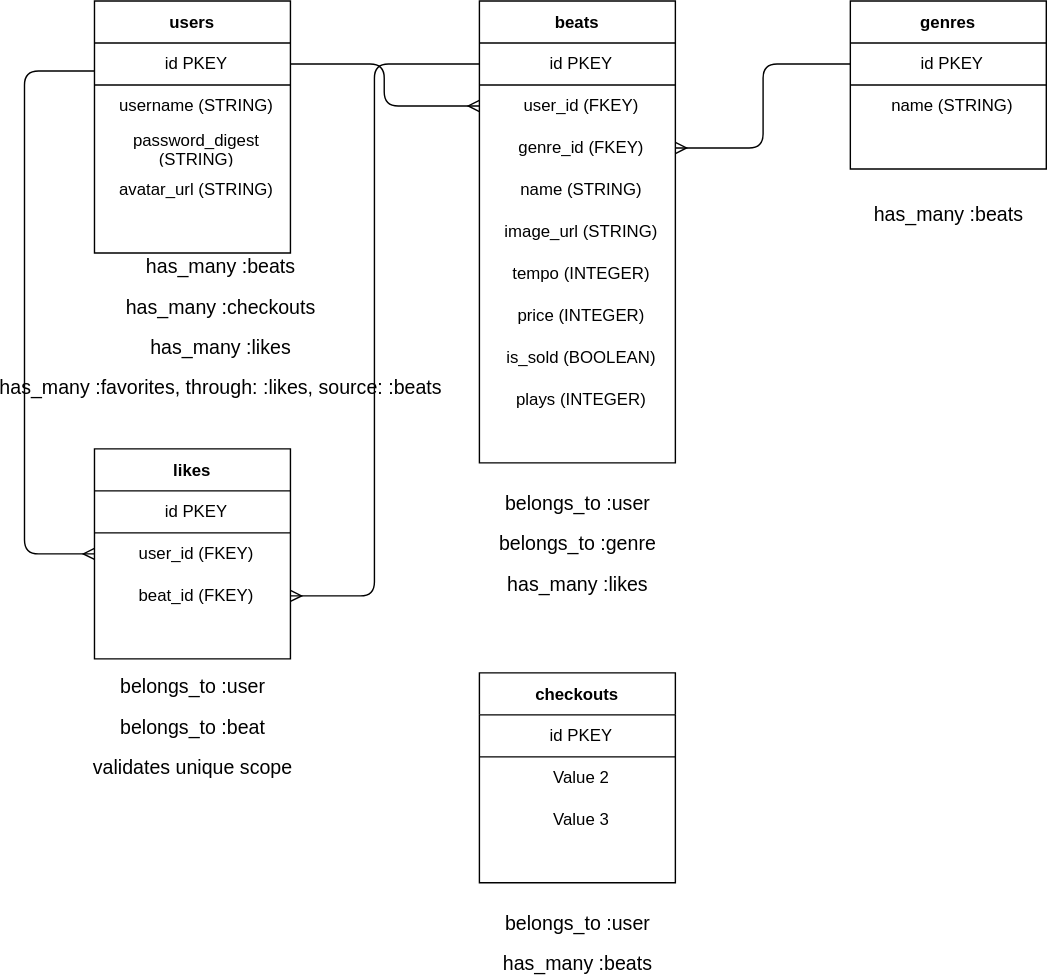
Earlier version of the draw.io export thewav.drawio.svg (Jblengino510/the-wav). Source tidied: cells renumbered, new cells last; positions are measured from the earlier drawing's top-left corner, leaving out a move shared by most shapes.
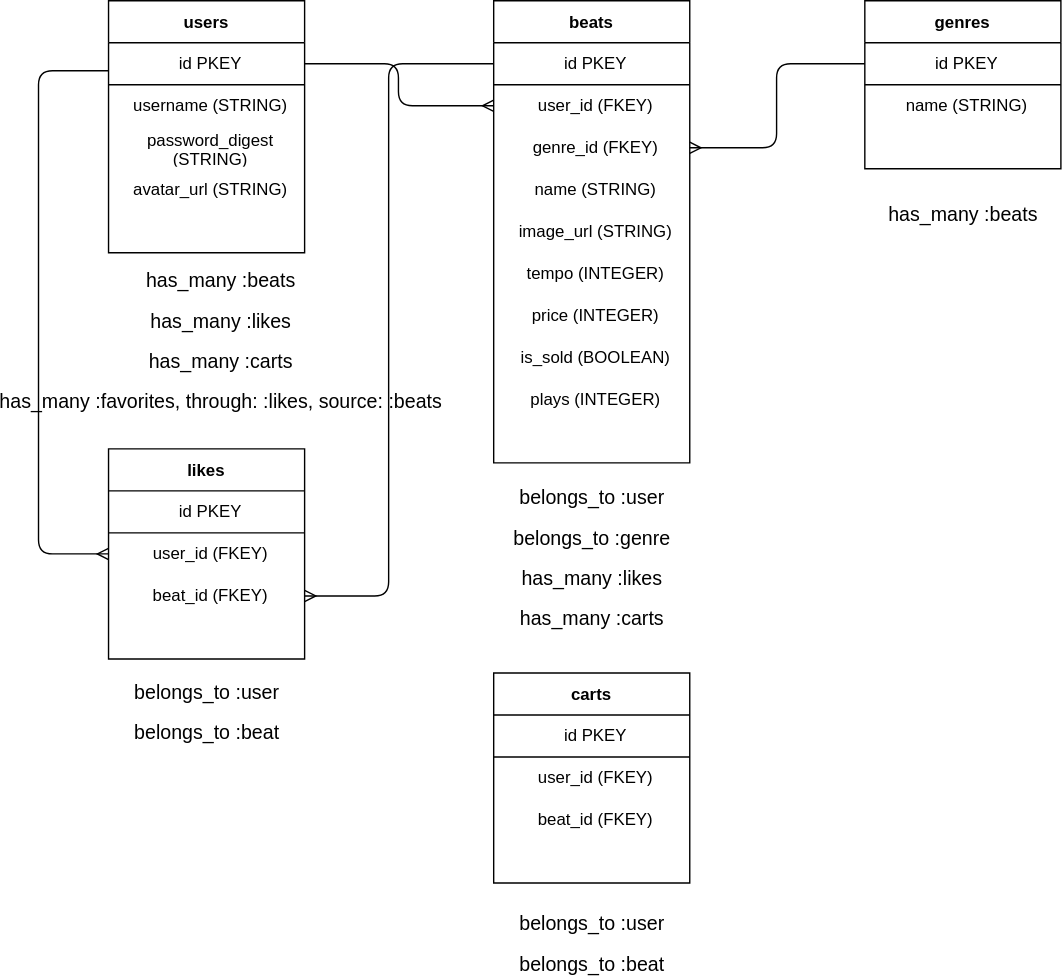
Later version of the same file.

What changed in the source:
```diff
@@ -86,11 +86,11 @@
     <mxCell id="29" value="plays (INTEGER)" style="shape=partialRectangle;html=1;whiteSpace=wrap;fillColor=none;top=0;left=0;bottom=0;right=0;align=center;spacingLeft=6;overflow=hidden;" parent="28" vertex="1">
       <mxGeometry width="140" height="30" as="geometry" />
     </mxCell>
-    <mxCell id="30" value="&lt;font style=&quot;font-weight: normal ; font-size: 14px&quot;&gt;has_many :beats&lt;br&gt;has_many :checkouts&lt;br&gt;has_many :likes&lt;br&gt;has_many :favorites, through: :likes, source: :beats&lt;br&gt;&lt;/font&gt;" style="text;strokeColor=none;fillColor=none;html=1;fontSize=24;fontStyle=1;verticalAlign=middle;align=center;" parent="1" vertex="1">
-      <mxGeometry x="70" y="210" width="140" height="40" as="geometry" />
+    <mxCell id="30" value="&lt;font style=&quot;font-weight: normal ; font-size: 14px&quot;&gt;has_many :beats&lt;br&gt;has_many :likes&lt;br&gt;has_many :carts&lt;br&gt;has_many :favorites, through: :likes, source: :beats&lt;br&gt;&lt;/font&gt;" style="text;strokeColor=none;fillColor=none;html=1;fontSize=24;fontStyle=1;verticalAlign=middle;align=center;" parent="1" vertex="1">
+      <mxGeometry x="60" y="220" width="140" height="40" as="geometry" />
     </mxCell>
-    <mxCell id="31" value="&lt;span style=&quot;font-weight: 400&quot;&gt;&lt;font style=&quot;font-size: 14px&quot;&gt;belongs_to :user&lt;br&gt;belongs_to :genre&lt;br&gt;has_many :likes&lt;br&gt;&lt;/font&gt;&lt;/span&gt;" style="text;strokeColor=none;fillColor=none;html=1;fontSize=24;fontStyle=1;verticalAlign=middle;align=center;" parent="1" vertex="1">
-      <mxGeometry x="325" y="350" width="140" height="70" as="geometry" />
+    <mxCell id="31" value="&lt;span style=&quot;font-weight: 400&quot;&gt;&lt;font style=&quot;font-size: 14px&quot;&gt;belongs_to :user&lt;br&gt;belongs_to :genre&lt;br&gt;has_many :likes&lt;br&gt;has_many :carts&lt;br&gt;&lt;/font&gt;&lt;/span&gt;" style="text;strokeColor=none;fillColor=none;html=1;fontSize=24;fontStyle=1;verticalAlign=middle;align=center;" parent="1" vertex="1">
+      <mxGeometry x="325" y="360" width="140" height="70" as="geometry" />
     </mxCell>
     <mxCell id="32" value="genres" style="shape=table;startSize=30;rowLines=0;fontStyle=1;align=center;" parent="1" vertex="1">
       <mxGeometry x="590" width="140" height="120" as="geometry" />
@@ -137,7 +137,7 @@
     <mxCell id="46" value="beat_id (FKEY)" style="shape=partialRectangle;html=1;whiteSpace=wrap;fillColor=none;top=0;left=0;bottom=0;right=0;align=center;spacingLeft=6;overflow=hidden;" parent="45" vertex="1">
       <mxGeometry width="140" height="30" as="geometry" />
     </mxCell>
-    <mxCell id="47" value="checkouts" style="shape=table;startSize=30;rowLines=0;fontStyle=1;align=center;" parent="1" vertex="1">
+    <mxCell id="47" value="carts" style="shape=table;startSize=30;rowLines=0;fontStyle=1;align=center;" parent="1" vertex="1">
       <mxGeometry x="325" y="480" width="140" height="150" as="geometry" />
     </mxCell>
     <mxCell id="48" style="shape=partialRectangle;html=1;whiteSpace=wrap;fillColor=none;top=0;left=0;bottom=1;right=0;" parent="47" vertex="1">
@@ -149,19 +149,19 @@
     <mxCell id="50" style="shape=partialRectangle;html=1;whiteSpace=wrap;fillColor=none;top=0;left=0;bottom=0;right=0;" parent="47" vertex="1">
       <mxGeometry y="60" width="140" height="30" as="geometry" />
     </mxCell>
-    <mxCell id="51" value="Value 2" style="shape=partialRectangle;html=1;whiteSpace=wrap;fillColor=none;top=0;left=0;bottom=0;right=0;align=center;spacingLeft=6;overflow=hidden;" parent="50" vertex="1">
+    <mxCell id="51" value="user_id (FKEY)" style="shape=partialRectangle;html=1;whiteSpace=wrap;fillColor=none;top=0;left=0;bottom=0;right=0;align=center;spacingLeft=6;overflow=hidden;" parent="50" vertex="1">
       <mxGeometry width="140" height="30" as="geometry" />
     </mxCell>
     <mxCell id="52" style="shape=partialRectangle;html=1;whiteSpace=wrap;fillColor=none;top=0;left=0;bottom=0;right=0;" parent="47" vertex="1">
       <mxGeometry y="90" width="140" height="30" as="geometry" />
     </mxCell>
-    <mxCell id="53" value="Value 3" style="shape=partialRectangle;html=1;whiteSpace=wrap;fillColor=none;top=0;left=0;bottom=0;right=0;align=center;spacingLeft=6;overflow=hidden;" parent="52" vertex="1">
+    <mxCell id="53" value="beat_id (FKEY)" style="shape=partialRectangle;html=1;whiteSpace=wrap;fillColor=none;top=0;left=0;bottom=0;right=0;align=center;spacingLeft=6;overflow=hidden;" parent="52" vertex="1">
       <mxGeometry width="140" height="30" as="geometry" />
     </mxCell>
-    <mxCell id="54" value="&lt;font style=&quot;font-weight: normal ; font-size: 14px&quot;&gt;belongs_to :user&lt;br&gt;belongs_to :beat&lt;br&gt;validates unique scope&lt;br&gt;&lt;br&gt;&lt;/font&gt;" style="text;strokeColor=none;fillColor=none;html=1;fontSize=24;fontStyle=1;verticalAlign=middle;align=center;" parent="1" vertex="1">
-      <mxGeometry x="50" y="510" width="140" height="40" as="geometry" />
+    <mxCell id="54" value="&lt;font style=&quot;font-weight: normal ; font-size: 14px&quot;&gt;belongs_to :user&lt;br&gt;belongs_to :beat&lt;br&gt;&lt;br&gt;&lt;/font&gt;" style="text;strokeColor=none;fillColor=none;html=1;fontSize=24;fontStyle=1;verticalAlign=middle;align=center;" parent="1" vertex="1">
+      <mxGeometry x="50" y="500" width="140" height="40" as="geometry" />
     </mxCell>
-    <mxCell id="55" value="&lt;font style=&quot;font-weight: normal ; font-size: 14px&quot;&gt;belongs_to :user&lt;br&gt;has_many :beats&lt;br&gt;&lt;/font&gt;" style="text;strokeColor=none;fillColor=none;html=1;fontSize=24;fontStyle=1;verticalAlign=middle;align=center;" parent="1" vertex="1">
+    <mxCell id="55" value="&lt;font style=&quot;font-weight: normal ; font-size: 14px&quot;&gt;belongs_to :user&lt;br&gt;belongs_to :beat&lt;br&gt;&lt;/font&gt;" style="text;strokeColor=none;fillColor=none;html=1;fontSize=24;fontStyle=1;verticalAlign=middle;align=center;" parent="1" vertex="1">
       <mxGeometry x="325" y="650" width="140" height="40" as="geometry" />
     </mxCell>
     <mxCell id="56" style="edgeStyle=elbowEdgeStyle;elbow=horizontal;endArrow=ERmany;html=1;endFill=0;exitX=0;exitY=0.5;exitDx=0;exitDy=0;entryX=1;entryY=0.5;entryDx=0;entryDy=0;" parent="1" edge="1" source="12" target="45">
```
